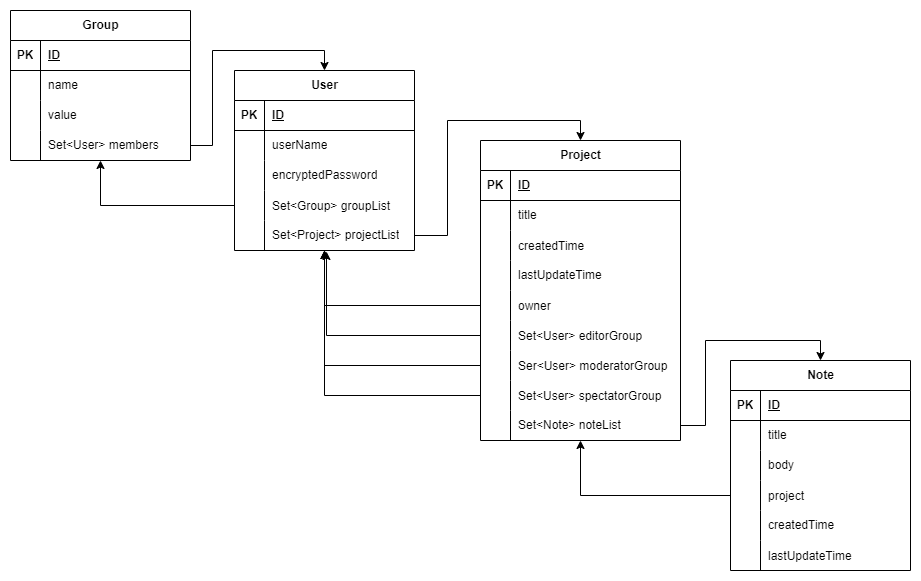
This is Сущности.png from AlexWagenheim/MINI_NOTES, a draw.io export, as it was before one commit. Source tidied: cells renumbered, new cells last; positions are measured from the earlier drawing's top-left corner, leaving out a move shared by most shapes.
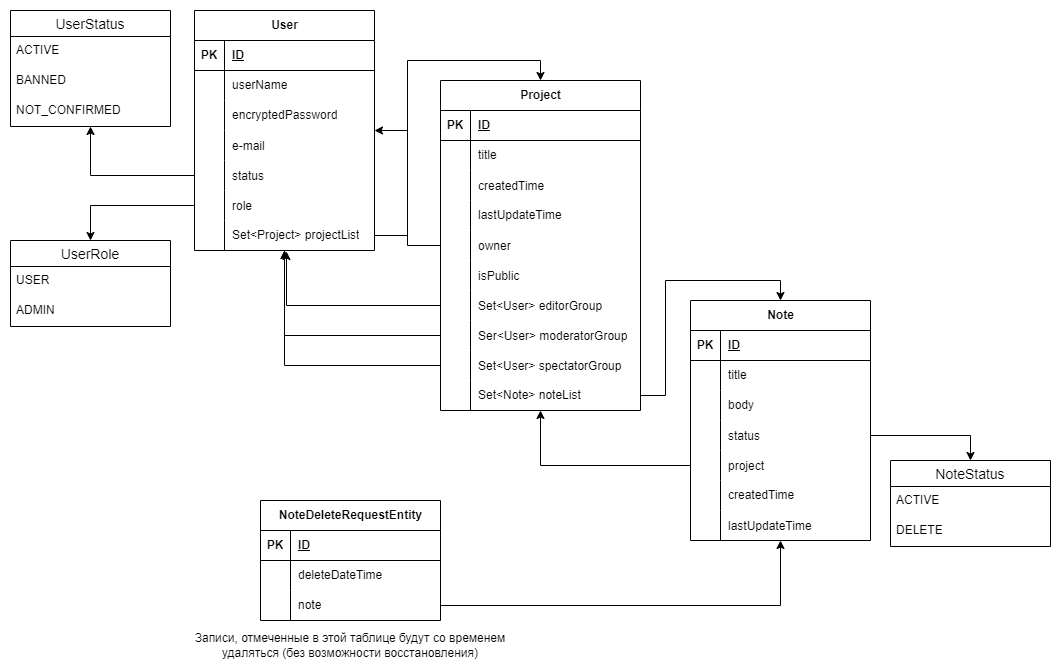
Later version of the same file.

Change to the diagram source:
```diff
@@ -5,3 +5,3 @@
     <mxCell id="2" value="Note" style="shape=table;startSize=30;rowLines=0;fontStyle=1;align=center;html=1;rounded=0;" parent="1" vertex="1">
-      <mxGeometry x="720" y="350" width="180" height="210" as="geometry" />
+      <mxGeometry x="720" y="350" width="180" height="240" as="geometry" />
     </mxCell>
@@ -34,4 +34,13 @@
     </mxCell>
+    <mxCell id="87" style="shape=tableRow;horizontal=0;startSize=0;swimlaneHead=0;swimlaneBody=0;fillColor=none;points=[[0,0.5],[1,0.5]];portConstraint=eastwest;top=0;left=0;right=0;bottom=0;" parent="2" vertex="1">
+      <mxGeometry y="120" width="180" height="30" as="geometry" />
+    </mxCell>
+    <mxCell id="88" style="shape=partialRectangle;fillColor=none;top=0;left=0;bottom=0;right=0;overflow=hidden;" parent="87" vertex="1">
+      <mxGeometry width="30" height="30" as="geometry" />
+    </mxCell>
+    <mxCell id="89" value="status" style="shape=partialRectangle;fillColor=none;top=0;left=0;bottom=0;right=0;align=left;spacingLeft=6;overflow=hidden;" parent="87" vertex="1">
+      <mxGeometry x="30" width="150" height="30" as="geometry" />
+    </mxCell>
     <mxCell id="12" style="shape=tableRow;horizontal=0;startSize=0;swimlaneHead=0;swimlaneBody=0;fillColor=none;points=[[0,0.5],[1,0.5]];portConstraint=eastwest;top=0;left=0;right=0;bottom=0;" parent="2" vertex="1">
-      <mxGeometry y="120" width="180" height="30" as="geometry" />
+      <mxGeometry y="150" width="180" height="30" as="geometry" />
     </mxCell>
@@ -44,3 +53,3 @@
     <mxCell id="15" style="shape=tableRow;horizontal=0;startSize=0;swimlaneHead=0;swimlaneBody=0;fillColor=none;top=0;left=0;right=0;bottom=0;rounded=0;" parent="2" vertex="1">
-      <mxGeometry y="150" width="180" height="30" as="geometry" />
+      <mxGeometry y="180" width="180" height="30" as="geometry" />
     </mxCell>
@@ -53,3 +62,3 @@
     <mxCell id="18" style="shape=tableRow;horizontal=0;startSize=0;swimlaneHead=0;swimlaneBody=0;fillColor=none;top=0;left=0;right=0;bottom=0;rounded=0;" parent="2" vertex="1">
-      <mxGeometry y="180" width="180" height="30" as="geometry" />
+      <mxGeometry y="210" width="180" height="30" as="geometry" />
     </mxCell>
@@ -62,3 +71,3 @@
     <mxCell id="21" value="User" style="shape=table;startSize=30;rowLines=0;fontStyle=1;align=center;html=1;" parent="1" vertex="1">
-      <mxGeometry x="224" y="60" width="180" height="180" as="geometry" />
+      <mxGeometry x="224" y="60" width="180" height="240" as="geometry" />
     </mxCell>
@@ -91,13 +100,31 @@
     </mxCell>
-    <mxCell id="31" style="shape=tableRow;horizontal=0;startSize=0;swimlaneHead=0;swimlaneBody=0;fillColor=none;points=[[0,0.5],[1,0.5]];portConstraint=eastwest;top=0;left=0;right=0;bottom=0;" parent="21" vertex="1">
-      <mxGeometry y="120" width="180" height="30" as="geometry" />
-    </mxCell>
-    <mxCell id="32" style="shape=partialRectangle;fillColor=none;top=0;left=0;bottom=0;right=0;overflow=hidden;" parent="31" vertex="1">
-      <mxGeometry width="30" height="30" as="geometry" />
-    </mxCell>
-    <mxCell id="33" value="Set&lt;Group&gt; groupList" style="shape=partialRectangle;fillColor=none;top=0;left=0;bottom=0;right=0;align=left;spacingLeft=6;overflow=hidden;" parent="31" vertex="1">
-      <mxGeometry x="30" width="150" height="30" as="geometry" />
-    </mxCell>
+    <mxCell id="90" style="shape=tableRow;horizontal=0;startSize=0;swimlaneHead=0;swimlaneBody=0;fillColor=none;top=0;left=0;right=0;bottom=0;" parent="21" vertex="1">
+      <mxGeometry y="120" width="180" height="30" as="geometry" />
+    </mxCell>
+    <mxCell id="91" style="shape=partialRectangle;fillColor=none;top=0;left=0;bottom=0;right=0;overflow=hidden;" parent="90" vertex="1">
+      <mxGeometry width="30" height="30" as="geometry" />
+    </mxCell>
+    <mxCell id="92" value="e-mail" style="shape=partialRectangle;fillColor=none;top=0;left=0;bottom=0;right=0;align=left;spacingLeft=6;overflow=hidden;" parent="90" vertex="1">
+      <mxGeometry x="30" width="150" height="30" as="geometry" />
+    </mxCell>
+    <mxCell id="93" style="shape=tableRow;horizontal=0;startSize=0;swimlaneHead=0;swimlaneBody=0;fillColor=none;points=[[0,0.5],[1,0.5]];portConstraint=eastwest;top=0;left=0;right=0;bottom=0;" parent="21" vertex="1">
+      <mxGeometry y="150" width="180" height="30" as="geometry" />
+    </mxCell>
+    <mxCell id="94" style="shape=partialRectangle;fillColor=none;top=0;left=0;bottom=0;right=0;overflow=hidden;" parent="93" vertex="1">
+      <mxGeometry width="30" height="30" as="geometry" />
+    </mxCell>
+    <mxCell id="95" value="status" style="shape=partialRectangle;fillColor=none;top=0;left=0;bottom=0;right=0;align=left;spacingLeft=6;overflow=hidden;" parent="93" vertex="1">
+      <mxGeometry x="30" width="150" height="30" as="geometry" />
+    </mxCell>
+    <mxCell id="96" style="shape=tableRow;horizontal=0;startSize=0;swimlaneHead=0;swimlaneBody=0;fillColor=none;points=[[0,0.5],[1,0.5]];portConstraint=eastwest;top=0;left=0;right=0;bottom=0;" parent="21" vertex="1">
+      <mxGeometry y="180" width="180" height="30" as="geometry" />
+    </mxCell>
+    <mxCell id="97" style="shape=partialRectangle;fillColor=none;top=0;left=0;bottom=0;right=0;overflow=hidden;" parent="96" vertex="1">
+      <mxGeometry width="30" height="30" as="geometry" />
+    </mxCell>
+    <mxCell id="98" value="role" style="shape=partialRectangle;fillColor=none;top=0;left=0;bottom=0;right=0;align=left;spacingLeft=6;overflow=hidden;" parent="96" vertex="1">
+      <mxGeometry x="30" width="150" height="30" as="geometry" />
+    </mxCell>
     <mxCell id="34" style="shape=tableRow;horizontal=0;startSize=0;swimlaneHead=0;swimlaneBody=0;fillColor=none;points=[[0,0.5],[1,0.5]];portConstraint=eastwest;top=0;left=0;right=0;bottom=0;" parent="21" vertex="1">
-      <mxGeometry y="150" width="180" height="30" as="geometry" />
+      <mxGeometry y="210" width="180" height="30" as="geometry" />
     </mxCell>
@@ -109,43 +136,4 @@
     </mxCell>
-    <mxCell id="37" value="Group" style="shape=table;startSize=30;rowLines=0;fontStyle=1;align=center;html=1;" parent="1" vertex="1">
-      <mxGeometry width="180" height="150" as="geometry" />
-    </mxCell>
-    <mxCell id="38" style="shape=tableRow;horizontal=0;startSize=0;swimlaneHead=0;swimlaneBody=0;fillColor=none;top=0;left=0;right=0;bottom=1;" parent="37" vertex="1">
-      <mxGeometry y="30" width="180" height="30" as="geometry" />
-    </mxCell>
-    <mxCell id="39" value="PK" style="shape=partialRectangle;fillColor=none;top=0;left=0;bottom=0;right=0;fontStyle=1;overflow=hidden;whiteSpace=wrap;html=1;" parent="38" vertex="1">
-      <mxGeometry width="30" height="30" as="geometry" />
-    </mxCell>
-    <mxCell id="40" value="ID" style="shape=partialRectangle;fillColor=none;top=0;left=0;bottom=0;right=0;align=left;spacingLeft=6;fontStyle=5;overflow=hidden;whiteSpace=wrap;html=1;" parent="38" vertex="1">
-      <mxGeometry x="30" width="150" height="30" as="geometry" />
-    </mxCell>
-    <mxCell id="41" style="shape=tableRow;horizontal=0;startSize=0;swimlaneHead=0;swimlaneBody=0;fillColor=none;top=0;left=0;right=0;bottom=0;" parent="37" vertex="1">
-      <mxGeometry y="60" width="180" height="30" as="geometry" />
-    </mxCell>
-    <mxCell id="42" style="shape=partialRectangle;fillColor=none;top=0;left=0;bottom=0;right=0;overflow=hidden;whiteSpace=wrap;html=1;" parent="41" vertex="1">
-      <mxGeometry width="30" height="30" as="geometry" />
-    </mxCell>
-    <mxCell id="43" value="name" style="shape=partialRectangle;fillColor=none;top=0;left=0;bottom=0;right=0;align=left;spacingLeft=6;overflow=hidden;whiteSpace=wrap;html=1;" parent="41" vertex="1">
-      <mxGeometry x="30" width="150" height="30" as="geometry" />
-    </mxCell>
-    <mxCell id="44" style="shape=tableRow;horizontal=0;startSize=0;swimlaneHead=0;swimlaneBody=0;fillColor=none;points=[[0,0.5],[1,0.5]];portConstraint=eastwest;top=0;left=0;right=0;bottom=0;" parent="37" vertex="1">
-      <mxGeometry y="90" width="180" height="30" as="geometry" />
-    </mxCell>
-    <mxCell id="45" style="shape=partialRectangle;fillColor=none;top=0;left=0;bottom=0;right=0;overflow=hidden;whiteSpace=wrap;html=1;" parent="44" vertex="1">
-      <mxGeometry width="30" height="30" as="geometry" />
-    </mxCell>
-    <mxCell id="46" value="value" style="shape=partialRectangle;fillColor=none;top=0;left=0;bottom=0;right=0;align=left;spacingLeft=6;overflow=hidden;whiteSpace=wrap;html=1;" parent="44" vertex="1">
-      <mxGeometry x="30" width="150" height="30" as="geometry" />
-    </mxCell>
-    <mxCell id="47" style="shape=tableRow;horizontal=0;startSize=0;swimlaneHead=0;swimlaneBody=0;fillColor=none;points=[[0,0.5],[1,0.5]];portConstraint=eastwest;top=0;left=0;right=0;bottom=0;" parent="37" vertex="1">
-      <mxGeometry y="120" width="180" height="30" as="geometry" />
-    </mxCell>
-    <mxCell id="48" style="shape=partialRectangle;fillColor=none;top=0;left=0;bottom=0;right=0;overflow=hidden;whiteSpace=wrap;html=1;" parent="47" vertex="1">
-      <mxGeometry width="30" height="30" as="geometry" />
-    </mxCell>
-    <mxCell id="49" value="Set&amp;lt;User&amp;gt; members" style="shape=partialRectangle;fillColor=none;top=0;left=0;bottom=0;right=0;align=left;spacingLeft=6;overflow=hidden;whiteSpace=wrap;html=1;" parent="47" vertex="1">
-      <mxGeometry x="30" width="150" height="30" as="geometry" />
-    </mxCell>
     <mxCell id="50" value="Project" style="shape=table;startSize=30;rowLines=0;fontStyle=1;align=center;html=1;" parent="1" vertex="1">
-      <mxGeometry x="470" y="130" width="200" height="300" as="geometry" />
+      <mxGeometry x="470" y="130" width="200" height="330" as="geometry" />
     </mxCell>
@@ -196,4 +184,13 @@
     </mxCell>
+    <mxCell id="99" style="shape=tableRow;horizontal=0;startSize=0;swimlaneHead=0;swimlaneBody=0;fillColor=none;top=0;left=0;right=0;bottom=0;" parent="50" vertex="1">
+      <mxGeometry y="180" width="200" height="30" as="geometry" />
+    </mxCell>
+    <mxCell id="100" style="shape=partialRectangle;fillColor=none;top=0;left=0;bottom=0;right=0;overflow=hidden;" parent="99" vertex="1">
+      <mxGeometry width="30" height="30" as="geometry" />
+    </mxCell>
+    <mxCell id="101" value="isPublic" style="shape=partialRectangle;fillColor=none;top=0;left=0;bottom=0;right=0;align=left;spacingLeft=6;overflow=hidden;" parent="99" vertex="1">
+      <mxGeometry x="30" width="170" height="30" as="geometry" />
+    </mxCell>
     <mxCell id="66" style="shape=tableRow;horizontal=0;startSize=0;swimlaneHead=0;swimlaneBody=0;fillColor=none;points=[[0,0.5],[1,0.5]];portConstraint=eastwest;top=0;left=0;right=0;bottom=0;" parent="50" vertex="1">
-      <mxGeometry y="180" width="200" height="30" as="geometry" />
+      <mxGeometry y="210" width="200" height="30" as="geometry" />
     </mxCell>
@@ -206,3 +203,3 @@
     <mxCell id="69" style="shape=tableRow;horizontal=0;startSize=0;swimlaneHead=0;swimlaneBody=0;fillColor=none;points=[[0,0.5],[1,0.5]];portConstraint=eastwest;top=0;left=0;right=0;bottom=0;" parent="50" vertex="1">
-      <mxGeometry y="210" width="200" height="30" as="geometry" />
+      <mxGeometry y="240" width="200" height="30" as="geometry" />
     </mxCell>
@@ -215,3 +212,3 @@
     <mxCell id="72" style="shape=tableRow;horizontal=0;startSize=0;swimlaneHead=0;swimlaneBody=0;fillColor=none;points=[[0,0.5],[1,0.5]];portConstraint=eastwest;top=0;left=0;right=0;bottom=0;" parent="50" vertex="1">
-      <mxGeometry y="240" width="200" height="30" as="geometry" />
+      <mxGeometry y="270" width="200" height="30" as="geometry" />
     </mxCell>
@@ -224,3 +221,3 @@
     <mxCell id="75" style="shape=tableRow;horizontal=0;startSize=0;swimlaneHead=0;swimlaneBody=0;fillColor=none;points=[[0,0.5],[1,0.5]];portConstraint=eastwest;top=0;left=0;right=0;bottom=0;" parent="50" vertex="1">
-      <mxGeometry y="270" width="200" height="30" as="geometry" />
+      <mxGeometry y="300" width="200" height="30" as="geometry" />
     </mxCell>
@@ -232,8 +229,2 @@
     </mxCell>
-    <mxCell id="78" style="edgeStyle=orthogonalEdgeStyle;rounded=0;jettySize=auto;html=1;entryX=0.5;entryY=0;entryDx=0;entryDy=0;" parent="1" edge="1" source="47" target="21">
-      <mxGeometry relative="1" as="geometry" />
-    </mxCell>
-    <mxCell id="79" style="edgeStyle=orthogonalEdgeStyle;rounded=0;jettySize=auto;html=1;" parent="1" edge="1" source="31" target="37">
-      <mxGeometry relative="1" as="geometry" />
-    </mxCell>
     <mxCell id="80" style="edgeStyle=orthogonalEdgeStyle;rounded=0;jettySize=auto;html=1;entryX=0.5;entryY=0;entryDx=0;entryDy=0;" parent="1" edge="1" source="34" target="50">
@@ -259,2 +250,77 @@
     </mxCell>
+    <mxCell id="102" value="UserStatus" style="swimlane;fontStyle=0;horizontal=1;startSize=26;align=center;fontSize=14;" parent="1" vertex="1">
+      <mxGeometry x="40" y="60" width="160" height="116" as="geometry" />
+    </mxCell>
+    <mxCell id="103" value="ACTIVE" style="text;strokeColor=none;fillColor=none;spacingLeft=4;spacingRight=4;overflow=hidden;fontSize=12;whiteSpace=wrap;html=1;" parent="102" vertex="1">
+      <mxGeometry y="26" width="160" height="30" as="geometry" />
+    </mxCell>
+    <mxCell id="104" value="BANNED" style="text;strokeColor=none;fillColor=none;spacingLeft=4;spacingRight=4;overflow=hidden;fontSize=12;whiteSpace=wrap;html=1;" parent="102" vertex="1">
+      <mxGeometry y="56" width="160" height="30" as="geometry" />
+    </mxCell>
+    <mxCell id="105" value="NOT_CONFIRMED" style="text;strokeColor=none;fillColor=none;spacingLeft=4;spacingRight=4;overflow=hidden;fontSize=12;whiteSpace=wrap;html=1;" parent="102" vertex="1">
+      <mxGeometry y="86" width="160" height="30" as="geometry" />
+    </mxCell>
+    <mxCell id="106" style="edgeStyle=orthogonalEdgeStyle;rounded=0;jettySize=auto;html=1;" parent="1" edge="1" source="93" target="102">
+      <mxGeometry relative="1" as="geometry" />
+    </mxCell>
+    <mxCell id="107" value="NoteStatus" style="swimlane;fontStyle=0;horizontal=1;startSize=26;align=center;fontSize=14;" parent="1" vertex="1">
+      <mxGeometry x="920" y="510" width="160" height="86" as="geometry" />
+    </mxCell>
+    <mxCell id="108" value="ACTIVE" style="text;strokeColor=none;fillColor=none;spacingLeft=4;spacingRight=4;overflow=hidden;fontSize=12;whiteSpace=wrap;html=1;" parent="107" vertex="1">
+      <mxGeometry y="26" width="160" height="30" as="geometry" />
+    </mxCell>
+    <mxCell id="109" value="DELETE" style="text;strokeColor=none;fillColor=none;spacingLeft=4;spacingRight=4;overflow=hidden;fontSize=12;whiteSpace=wrap;html=1;" parent="107" vertex="1">
+      <mxGeometry y="56" width="160" height="30" as="geometry" />
+    </mxCell>
+    <mxCell id="110" style="edgeStyle=orthogonalEdgeStyle;rounded=0;jettySize=auto;html=1;" parent="1" edge="1" source="87" target="107">
+      <mxGeometry relative="1" as="geometry" />
+    </mxCell>
+    <mxCell id="111" value="NoteDeleteRequestEntity" style="shape=table;startSize=30;rowLines=0;fontStyle=1;align=center;html=1;" parent="1" vertex="1">
+      <mxGeometry x="290" y="550" width="180" height="120" as="geometry" />
+    </mxCell>
+    <mxCell id="38" style="shape=tableRow;horizontal=0;startSize=0;swimlaneHead=0;swimlaneBody=0;fillColor=none;top=0;left=0;right=0;bottom=1;" parent="111" vertex="1">
+      <mxGeometry y="30" width="180" height="30" as="geometry" />
+    </mxCell>
+    <mxCell id="39" value="PK" style="shape=partialRectangle;fillColor=none;top=0;left=0;bottom=0;right=0;fontStyle=1;overflow=hidden;whiteSpace=wrap;html=1;" parent="38" vertex="1">
+      <mxGeometry width="30" height="30" as="geometry" />
+    </mxCell>
+    <mxCell id="40" value="ID" style="shape=partialRectangle;fillColor=none;top=0;left=0;bottom=0;right=0;align=left;spacingLeft=6;fontStyle=5;overflow=hidden;whiteSpace=wrap;html=1;" parent="38" vertex="1">
+      <mxGeometry x="30" width="150" height="30" as="geometry" />
+    </mxCell>
+    <mxCell id="41" style="shape=tableRow;horizontal=0;startSize=0;swimlaneHead=0;swimlaneBody=0;fillColor=none;top=0;left=0;right=0;bottom=0;" parent="111" vertex="1">
+      <mxGeometry y="60" width="180" height="30" as="geometry" />
+    </mxCell>
+    <mxCell id="112" style="shape=partialRectangle;fillColor=none;top=0;left=0;bottom=0;right=0;overflow=hidden;whiteSpace=wrap;html=1;" parent="41" vertex="1">
+      <mxGeometry width="30" height="30" as="geometry" />
+    </mxCell>
+    <mxCell id="113" value="deleteDateTime" style="shape=partialRectangle;fillColor=none;top=0;left=0;bottom=0;right=0;align=left;spacingLeft=6;overflow=hidden;whiteSpace=wrap;html=1;" parent="41" vertex="1">
+      <mxGeometry x="30" width="150" height="30" as="geometry" />
+    </mxCell>
+    <mxCell id="44" style="shape=tableRow;horizontal=0;startSize=0;swimlaneHead=0;swimlaneBody=0;fillColor=none;points=[[0,0.5],[1,0.5]];portConstraint=eastwest;top=0;left=0;right=0;bottom=0;" parent="111" vertex="1">
+      <mxGeometry y="90" width="180" height="30" as="geometry" />
+    </mxCell>
+    <mxCell id="114" style="shape=partialRectangle;fillColor=none;top=0;left=0;bottom=0;right=0;overflow=hidden;whiteSpace=wrap;html=1;" parent="44" vertex="1">
+      <mxGeometry width="30" height="30" as="geometry" />
+    </mxCell>
+    <mxCell id="115" value="note" style="shape=partialRectangle;fillColor=none;top=0;left=0;bottom=0;right=0;align=left;spacingLeft=6;overflow=hidden;whiteSpace=wrap;html=1;" parent="44" vertex="1">
+      <mxGeometry x="30" width="150" height="30" as="geometry" />
+    </mxCell>
+    <mxCell id="116" style="edgeStyle=orthogonalEdgeStyle;rounded=0;jettySize=auto;html=1;" parent="1" edge="1" source="44" target="2">
+      <mxGeometry relative="1" as="geometry" />
+    </mxCell>
+    <mxCell id="117" value="Записи, отмеченные в этой таблице будут со временем удаляться (без возможности восстановления)" style="text;html=1;strokeColor=none;fillColor=none;align=center;verticalAlign=middle;whiteSpace=wrap;rounded=0;" parent="1" vertex="1">
+      <mxGeometry x="210" y="680" width="340" height="30" as="geometry" />
+    </mxCell>
+    <mxCell id="118" value="UserRole" style="swimlane;fontStyle=0;horizontal=1;startSize=26;align=center;fontSize=14;" parent="1" vertex="1">
+      <mxGeometry x="40" y="290" width="160" height="86" as="geometry" />
+    </mxCell>
+    <mxCell id="119" value="USER" style="text;strokeColor=none;fillColor=none;spacingLeft=4;spacingRight=4;overflow=hidden;fontSize=12;whiteSpace=wrap;html=1;" parent="118" vertex="1">
+      <mxGeometry y="26" width="160" height="30" as="geometry" />
+    </mxCell>
+    <mxCell id="120" value="ADMIN" style="text;strokeColor=none;fillColor=none;spacingLeft=4;spacingRight=4;overflow=hidden;fontSize=12;whiteSpace=wrap;html=1;" parent="118" vertex="1">
+      <mxGeometry y="56" width="160" height="30" as="geometry" />
+    </mxCell>
+    <mxCell id="121" style="edgeStyle=orthogonalEdgeStyle;rounded=0;jettySize=auto;html=1;" parent="1" edge="1" source="96" target="118">
+      <mxGeometry relative="1" as="geometry" />
+    </mxCell>
   </root>
```
